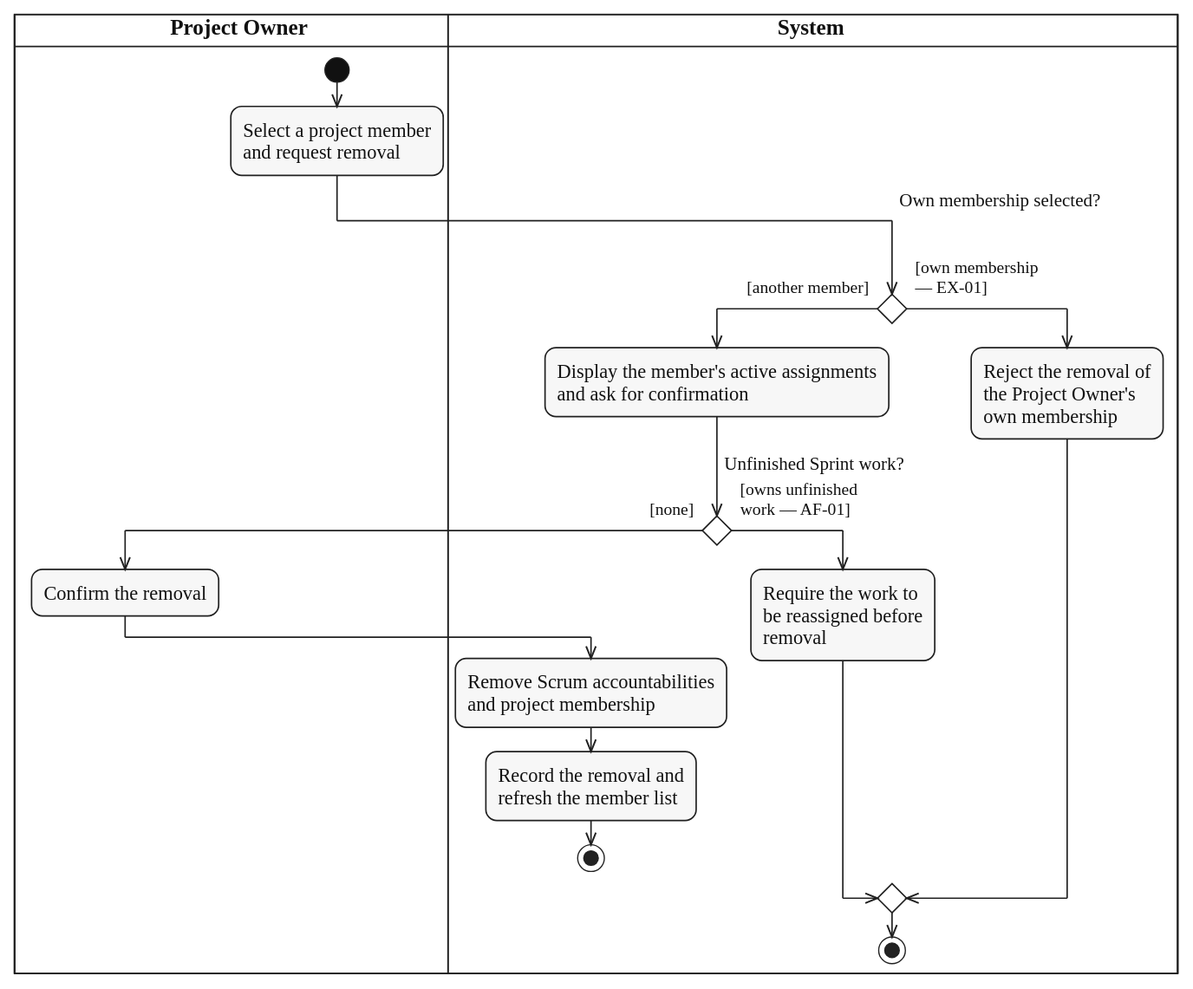
Above: diagrams/activity/project-membership/svg/UC-PROJECT-MEMBER-REMOVE.svg in lukenab/swd392-doc-automation (PlantUML), before the change. Its source is kept beside it as diagrams/activity/project-membership/source/UC-PROJECT-MEMBER-REMOVE.puml.
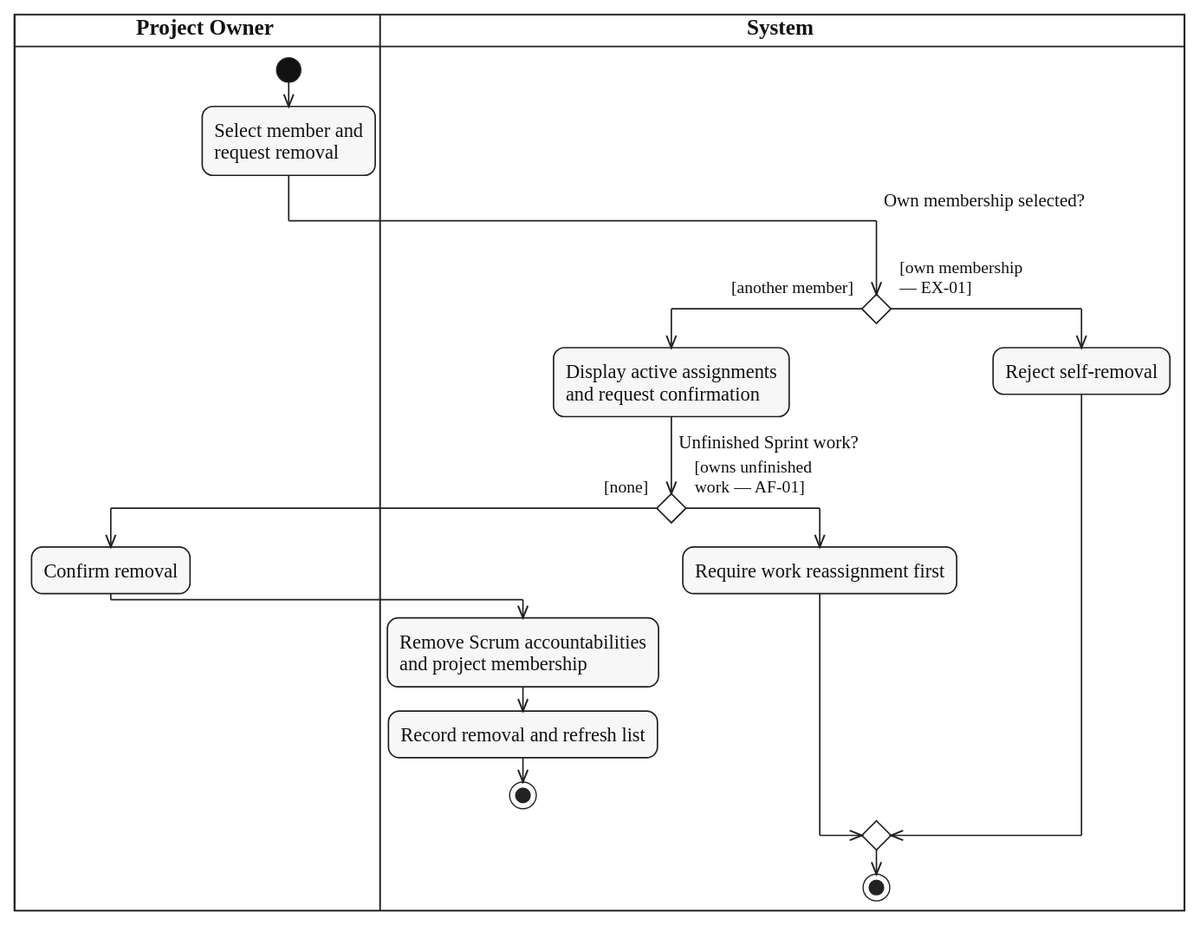
After the change.

Diff of the diagram source:
```diff
@@ -5,30 +5,25 @@
 
 |OWN|
 start
-:Select a project member
-and request removal;
+:Select member and
+request removal;
 |SYS|
 if ($question_x("Own membership selected?")) then ($guard_left("[another member]"))
-  :Display the member's active assignments
-  and ask for confirmation;
+  :Display active assignments
+  and request confirmation;
   if ($question("Unfinished Sprint work?")) then ($guard_left("[none]"))
     |OWN|
-    :Confirm the removal;
+    :Confirm removal;
     |SYS|
     :Remove Scrum accountabilities
     and project membership;
-    :Record the removal and
-    refresh the member list;
+    :Record removal and refresh list;
     stop
   else ($guard_right("[owns unfinished", "work — AF-01]"))
-    :Require the work to
-    be reassigned before
-    removal;
+    :Require work reassignment first;
   endif
 else ($guard_right("[own membership", "— EX-01]"))
-  :Reject the removal of
-  the Project Owner's
-  own membership;
+  :Reject self-removal;
 endif
 |SYS|
 stop
```
